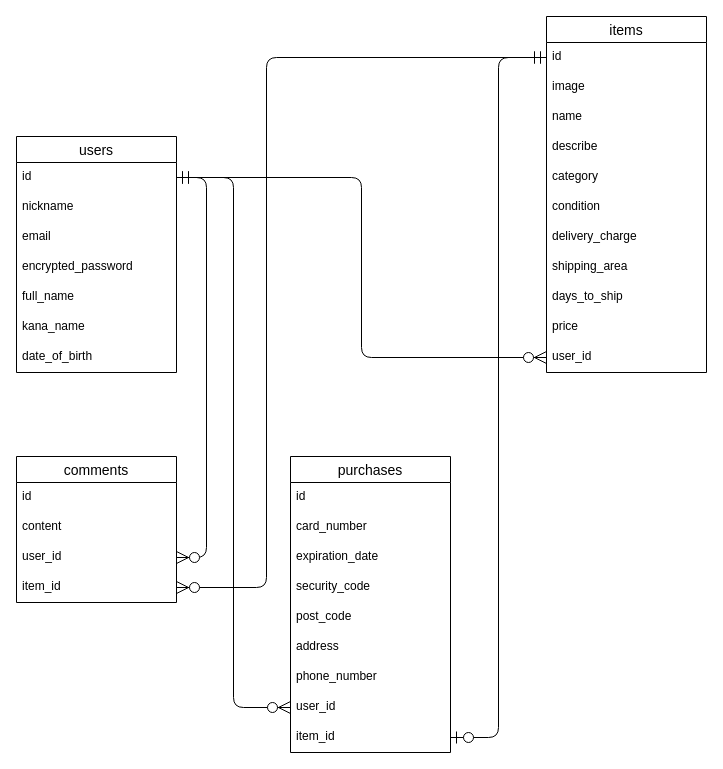
Before: tables.dio in yoma2003/furima-38038, a draw.io diagram. Source tidied: cells renumbered, new cells numbered last; positions are measured from the earlier drawing's top-left corner, leaving out a move shared by most shapes. Both pictures are drawn from the tidied source at 100%, with x=0, y=0 at pixel (16, 16).
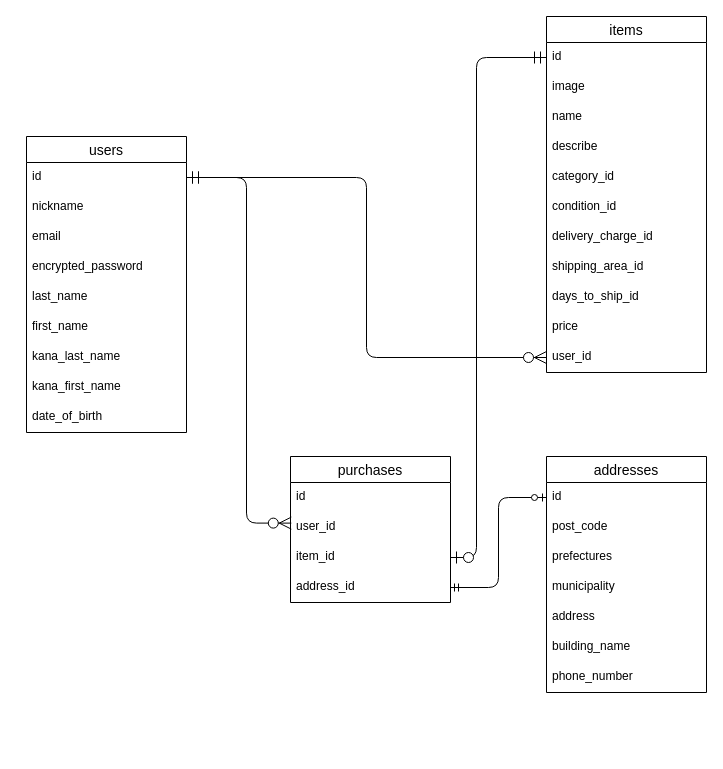
The same page after the edit.

The change refers to these unchanged cells:
```xml
<mxCell id="3" value="id" style="text;strokeColor=none;fillColor=none;spacingLeft=4;spacingRight=4;overflow=hidden;points=[[0,0.5],[1,0.5]];portConstraint=eastwest;fontSize=12;" parent="2" vertex="1">
  <mxGeometry y="26" width="160" height="30" as="geometry" />
</mxCell>
<mxCell id="10" value="items" style="swimlane;fontStyle=0;horizontal=1;startSize=26;align=center;fontSize=14;" parent="1" vertex="1">
  <mxGeometry x="530" width="160" height="356" as="geometry" />
</mxCell>
<mxCell id="11" value="id" style="text;strokeColor=none;fillColor=none;spacingLeft=4;spacingRight=4;overflow=hidden;points=[[0,0.5],[1,0.5]];portConstraint=eastwest;fontSize=12;" parent="10" vertex="1">
  <mxGeometry y="26" width="160" height="30" as="geometry" />
</mxCell>
<mxCell id="28" value="id" style="text;strokeColor=none;fillColor=none;spacingLeft=4;spacingRight=4;overflow=hidden;points=[[0,0.5],[1,0.5]];portConstraint=eastwest;fontSize=12;" parent="27" vertex="1">
  <mxGeometry y="26" width="160" height="30" as="geometry" />
</mxCell>
```

What changed in the source:
```diff
@@
     <mxCell id="2" value="users" style="swimlane;fontStyle=0;horizontal=1;startSize=26;align=center;fontSize=14;" parent="1" vertex="1">
-      <mxGeometry y="120" width="160" height="236" as="geometry" />
+      <mxGeometry x="10" y="120" width="160" height="296" as="geometry" />
     </mxCell>
@@
+    <mxCell id="42" value="last_name" style="text;strokeColor=none;fillColor=none;spacingLeft=4;spacingRight=4;overflow=hidden;fontSize=12;" parent="2" vertex="1">
+      <mxGeometry y="146" width="160" height="30" as="geometry" />
+    </mxCell>
-    <mxCell id="7" value="full_name" style="text;strokeColor=none;fillColor=none;spacingLeft=4;spacingRight=4;overflow=hidden;fontSize=12;" parent="2" vertex="1">
-      <mxGeometry y="146" width="160" height="30" as="geometry" />
+    <mxCell id="7" value="first_name" style="text;strokeColor=none;fillColor=none;spacingLeft=4;spacingRight=4;overflow=hidden;fontSize=12;" parent="2" vertex="1">
+      <mxGeometry y="176" width="160" height="30" as="geometry" />
     </mxCell>
-    <mxCell id="8" value="kana_name" style="text;strokeColor=none;fillColor=none;spacingLeft=4;spacingRight=4;overflow=hidden;fontSize=12;" parent="2" vertex="1">
-      <mxGeometry y="176" width="160" height="30" as="geometry" />
+    <mxCell id="8" value="kana_last_name" style="text;strokeColor=none;fillColor=none;spacingLeft=4;spacingRight=4;overflow=hidden;fontSize=12;" parent="2" vertex="1">
+      <mxGeometry y="206" width="160" height="30" as="geometry" />
     </mxCell>
+    <mxCell id="43" value="kana_first_name" style="text;strokeColor=none;fillColor=none;spacingLeft=4;spacingRight=4;overflow=hidden;fontSize=12;" parent="2" vertex="1">
+      <mxGeometry y="236" width="160" height="30" as="geometry" />
+    </mxCell>
     <mxCell id="9" value="date_of_birth" style="text;strokeColor=none;fillColor=none;spacingLeft=4;spacingRight=4;overflow=hidden;fontSize=12;" parent="2" vertex="1">
-      <mxGeometry y="206" width="160" height="30" as="geometry" />
+      <mxGeometry y="266" width="160" height="30" as="geometry" />
     </mxCell>
@@
-    <mxCell id="15" value="category" style="text;strokeColor=none;fillColor=none;spacingLeft=4;spacingRight=4;overflow=hidden;fontSize=12;" parent="10" vertex="1">
+    <mxCell id="15" value="category_id" style="text;strokeColor=none;fillColor=none;spacingLeft=4;spacingRight=4;overflow=hidden;fontSize=12;" parent="10" vertex="1">
       <mxGeometry y="146" width="160" height="30" as="geometry" />
     </mxCell>
-    <mxCell id="16" value="condition" style="text;strokeColor=none;fillColor=none;spacingLeft=4;spacingRight=4;overflow=hidden;fontSize=12;" parent="10" vertex="1">
+    <mxCell id="16" value="condition_id" style="text;strokeColor=none;fillColor=none;spacingLeft=4;spacingRight=4;overflow=hidden;fontSize=12;" parent="10" vertex="1">
       <mxGeometry y="176" width="160" height="30" as="geometry" />
     </mxCell>
-    <mxCell id="17" value="delivery_charge" style="text;strokeColor=none;fillColor=none;spacingLeft=4;spacingRight=4;overflow=hidden;fontSize=12;" parent="10" vertex="1">
+    <mxCell id="17" value="delivery_charge_id" style="text;strokeColor=none;fillColor=none;spacingLeft=4;spacingRight=4;overflow=hidden;fontSize=12;" parent="10" vertex="1">
       <mxGeometry y="206" width="160" height="30" as="geometry" />
     </mxCell>
-    <mxCell id="18" value="shipping_area" style="text;strokeColor=none;fillColor=none;spacingLeft=4;spacingRight=4;overflow=hidden;fontSize=12;" parent="10" vertex="1">
+    <mxCell id="18" value="shipping_area_id" style="text;strokeColor=none;fillColor=none;spacingLeft=4;spacingRight=4;overflow=hidden;fontSize=12;" parent="10" vertex="1">
       <mxGeometry y="236" width="160" height="30" as="geometry" />
     </mxCell>
-    <mxCell id="19" value="days_to_ship" style="text;strokeColor=none;fillColor=none;spacingLeft=4;spacingRight=4;overflow=hidden;fontSize=12;" parent="10" vertex="1">
+    <mxCell id="19" value="days_to_ship_id" style="text;strokeColor=none;fillColor=none;spacingLeft=4;spacingRight=4;overflow=hidden;fontSize=12;" parent="10" vertex="1">
       <mxGeometry y="266" width="160" height="30" as="geometry" />
     </mxCell>
@@
-    <mxCell id="22" value="comments" style="swimlane;fontStyle=0;horizontal=1;startSize=26;align=center;fontSize=14;" parent="1" vertex="1">
-      <mxGeometry y="440" width="160" height="146" as="geometry" />
-    </mxCell>
-    <mxCell id="23" value="id" style="text;strokeColor=none;fillColor=none;spacingLeft=4;spacingRight=4;overflow=hidden;fontSize=12;" parent="22" vertex="1">
-      <mxGeometry y="26" width="160" height="30" as="geometry" />
-    </mxCell>
-    <mxCell id="24" value="content" style="text;strokeColor=none;fillColor=none;spacingLeft=4;spacingRight=4;overflow=hidden;fontSize=12;" parent="22" vertex="1">
-      <mxGeometry y="56" width="160" height="30" as="geometry" />
-    </mxCell>
-    <mxCell id="25" value="user_id" style="text;strokeColor=none;fillColor=none;spacingLeft=4;spacingRight=4;overflow=hidden;points=[[0,0.5],[1,0.5]];portConstraint=eastwest;fontSize=12;" parent="22" vertex="1">
-      <mxGeometry y="86" width="160" height="30" as="geometry" />
-    </mxCell>
-    <mxCell id="26" value="item_id" style="text;strokeColor=none;fillColor=none;spacingLeft=4;spacingRight=4;overflow=hidden;points=[[0,0.5],[1,0.5]];portConstraint=eastwest;fontSize=12;" parent="22" vertex="1">
-      <mxGeometry y="116" width="160" height="30" as="geometry" />
-    </mxCell>
-    <mxCell id="27" value="purchases" style="swimlane;fontStyle=0;horizontal=1;startSize=26;align=center;fontSize=14;direction=east;" parent="1" vertex="1">
-      <mxGeometry x="274" y="440" width="160" height="296" as="geometry" />
+    <mxCell id="27" value="addresses" style="swimlane;fontStyle=0;horizontal=1;startSize=26;align=center;fontSize=14;direction=east;" parent="1" vertex="1">
+      <mxGeometry x="530" y="440" width="160" height="236" as="geometry" />
     </mxCell>
@@
-    <mxCell id="29" value="card_number" style="text;strokeColor=none;fillColor=none;spacingLeft=4;spacingRight=4;overflow=hidden;fontSize=12;" parent="27" vertex="1">
-      <mxGeometry y="56" width="160" height="30" as="geometry" />
-    </mxCell>
-    <mxCell id="30" value="expiration_date" style="text;strokeColor=none;fillColor=none;spacingLeft=4;spacingRight=4;overflow=hidden;fontSize=12;" parent="27" vertex="1">
-      <mxGeometry y="86" width="160" height="30" as="geometry" />
-    </mxCell>
-    <mxCell id="31" value="security_code" style="text;strokeColor=none;fillColor=none;spacingLeft=4;spacingRight=4;overflow=hidden;fontSize=12;" parent="27" vertex="1">
-      <mxGeometry y="116" width="160" height="30" as="geometry" />
-    </mxCell>
     <mxCell id="32" value="post_code" style="text;strokeColor=none;fillColor=none;spacingLeft=4;spacingRight=4;overflow=hidden;fontSize=12;" parent="27" vertex="1">
-      <mxGeometry y="146" width="160" height="30" as="geometry" />
+      <mxGeometry y="56" width="160" height="30" as="geometry" />
     </mxCell>
+    <mxCell id="44" value="prefectures" style="text;strokeColor=none;fillColor=none;spacingLeft=4;spacingRight=4;overflow=hidden;fontSize=12;" parent="27" vertex="1">
+      <mxGeometry y="86" width="160" height="30" as="geometry" />
+    </mxCell>
+    <mxCell id="45" value="municipality" style="text;strokeColor=none;fillColor=none;spacingLeft=4;spacingRight=4;overflow=hidden;fontSize=12;" parent="27" vertex="1">
+      <mxGeometry y="116" width="160" height="30" as="geometry" />
+    </mxCell>
     <mxCell id="33" value="address" style="text;strokeColor=none;fillColor=none;spacingLeft=4;spacingRight=4;overflow=hidden;fontSize=12;" parent="27" vertex="1">
-      <mxGeometry y="176" width="160" height="30" as="geometry" />
+      <mxGeometry y="146" width="160" height="30" as="geometry" />
     </mxCell>
+    <mxCell id="46" value="building_name" style="text;strokeColor=none;fillColor=none;spacingLeft=4;spacingRight=4;overflow=hidden;fontSize=12;" parent="27" vertex="1">
+      <mxGeometry y="176" width="160" height="30" as="geometry" />
+    </mxCell>
@@
-    <mxCell id="35" value="user_id" style="text;strokeColor=none;fillColor=none;spacingLeft=4;spacingRight=4;overflow=hidden;points=[[0,0.5],[1,0.5]];portConstraint=eastwest;fontSize=12;" parent="27" vertex="1">
-      <mxGeometry y="236" width="160" height="30" as="geometry" />
-    </mxCell>
-    <mxCell id="36" value="item_id" style="text;strokeColor=none;fillColor=none;spacingLeft=4;spacingRight=4;overflow=hidden;points=[[0,0.5],[1,0.5]];portConstraint=eastwest;fontSize=12;" parent="27" vertex="1">
-      <mxGeometry y="266" width="160" height="30" as="geometry" />
-    </mxCell>
@@
-    <mxCell id="38" style="edgeStyle=orthogonalEdgeStyle;fontSize=12;html=1;endArrow=ERzeroToMany;startArrow=ERmandOne;rounded=1;startSize=10;endSize=10;jumpSize=6;exitX=1;exitY=0.5;exitDx=0;exitDy=0;entryX=1;entryY=0.5;entryDx=0;entryDy=0;" parent="1" edge="1" source="3" target="25">
-      <mxGeometry relative="1" as="geometry">
-        <Array as="points">
-          <mxPoint x="190" y="161" />
-          <mxPoint x="190" y="541" />
-        </Array>
-      </mxGeometry>
-    </mxCell>
-    <mxCell id="39" style="edgeStyle=orthogonalEdgeStyle;fontSize=12;html=1;endArrow=ERzeroToMany;startArrow=ERmandOne;rounded=1;startSize=10;endSize=10;jumpSize=6;exitX=0;exitY=0.5;exitDx=0;exitDy=0;entryX=1;entryY=0.5;entryDx=0;entryDy=0;" parent="1" edge="1" source="11" target="26">
-      <mxGeometry relative="1" as="geometry">
-        <Array as="points">
-          <mxPoint x="250" y="41" />
-          <mxPoint x="250" y="571" />
-        </Array>
-      </mxGeometry>
-    </mxCell>
-    <mxCell id="40" style="edgeStyle=orthogonalEdgeStyle;fontSize=12;html=1;endArrow=ERzeroToMany;startArrow=ERmandOne;rounded=1;startSize=10;endSize=10;jumpSize=6;exitX=1;exitY=0.5;exitDx=0;exitDy=0;entryX=0;entryY=0.5;entryDx=0;entryDy=0;" parent="1" edge="1" source="3" target="35">
-      <mxGeometry relative="1" as="geometry" />
+    <mxCell id="40" style="edgeStyle=orthogonalEdgeStyle;fontSize=12;html=1;endArrow=ERzeroToMany;startArrow=ERmandOne;rounded=1;startSize=10;endSize=10;jumpSize=6;exitX=1;exitY=0.5;exitDx=0;exitDy=0;entryX=0.005;entryY=0.354;entryDx=0;entryDy=0;entryPerimeter=0;" parent="1" edge="1" source="3" target="48">
+      <mxGeometry relative="1" as="geometry">
+        <Array as="points">
+          <mxPoint x="230" y="161" />
+          <mxPoint x="230" y="507" />
+        </Array>
+      </mxGeometry>
     </mxCell>
-    <mxCell id="41" style="edgeStyle=orthogonalEdgeStyle;fontSize=12;html=1;endArrow=ERzeroToOne;startArrow=ERmandOne;rounded=1;startSize=10;endSize=10;jumpSize=6;entryX=1;entryY=0.5;entryDx=0;entryDy=0;exitX=0;exitY=0.5;exitDx=0;exitDy=0;" parent="1" edge="1" source="11" target="36">
-      <mxGeometry relative="1" as="geometry" />
+    <mxCell id="41" style="edgeStyle=orthogonalEdgeStyle;fontSize=12;html=1;endArrow=ERzeroToOne;startArrow=ERmandOne;rounded=1;startSize=10;endSize=10;jumpSize=6;entryX=1;entryY=0.5;entryDx=0;entryDy=0;exitX=0;exitY=0.5;exitDx=0;exitDy=0;" parent="1" edge="1" source="11" target="49">
+      <mxGeometry relative="1" as="geometry">
+        <Array as="points">
+          <mxPoint x="460" y="41" />
+          <mxPoint x="460" y="541" />
+        </Array>
+      </mxGeometry>
     </mxCell>
+    <mxCell id="47" value="purchases" style="swimlane;fontStyle=0;horizontal=1;startSize=26;align=center;fontSize=14;" parent="1" vertex="1">
+      <mxGeometry x="274" y="440" width="160" height="146" as="geometry" />
+    </mxCell>
+    <mxCell id="23" value="id" style="text;strokeColor=none;fillColor=none;spacingLeft=4;spacingRight=4;overflow=hidden;fontSize=12;" parent="47" vertex="1">
+      <mxGeometry y="26" width="160" height="30" as="geometry" />
+    </mxCell>
+    <mxCell id="48" value="user_id" style="text;strokeColor=none;fillColor=none;spacingLeft=4;spacingRight=4;overflow=hidden;points=[[0,0.5],[1,0.5]];portConstraint=eastwest;fontSize=12;" parent="47" vertex="1">
+      <mxGeometry y="56" width="160" height="30" as="geometry" />
+    </mxCell>
+    <mxCell id="49" value="item_id" style="text;strokeColor=none;fillColor=none;spacingLeft=4;spacingRight=4;overflow=hidden;points=[[0,0.5],[1,0.5]];portConstraint=eastwest;fontSize=12;" parent="47" vertex="1">
+      <mxGeometry y="86" width="160" height="30" as="geometry" />
+    </mxCell>
+    <mxCell id="50" value="address_id" style="text;strokeColor=none;fillColor=none;spacingLeft=4;spacingRight=4;overflow=hidden;points=[[0,0.5],[1,0.5]];portConstraint=eastwest;fontSize=12;" parent="47" vertex="1">
+      <mxGeometry y="116" width="160" height="30" as="geometry" />
+    </mxCell>
+    <mxCell id="51" style="edgeStyle=orthogonalEdgeStyle;fontSize=12;html=1;endArrow=ERzeroToOne;startArrow=ERmandOne;exitX=1;exitY=0.5;exitDx=0;exitDy=0;entryX=0;entryY=0.5;entryDx=0;entryDy=0;" parent="1" edge="1" source="50" target="28">
+      <mxGeometry relative="1" as="geometry" />
+    </mxCell>
```
